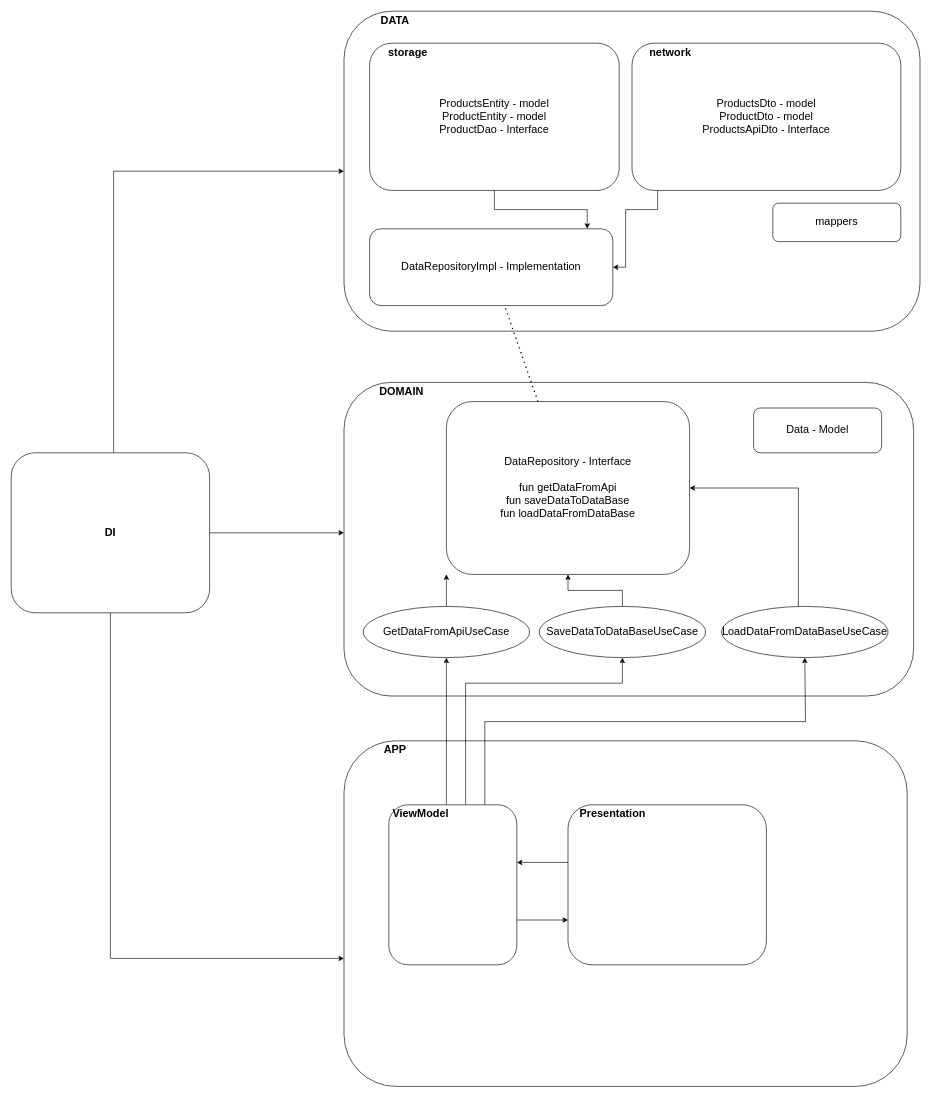
Above: architecture.drawio in borsalinho/MK1 (draw.io), before the change. Source tidied: cells renumbered, new cells numbered last; positions are measured from the earlier drawing's top-left corner, leaving out a move shared by most shapes. Both pictures are drawn from the tidied source at 64%, with x=0, y=0 at pixel (11, 11).
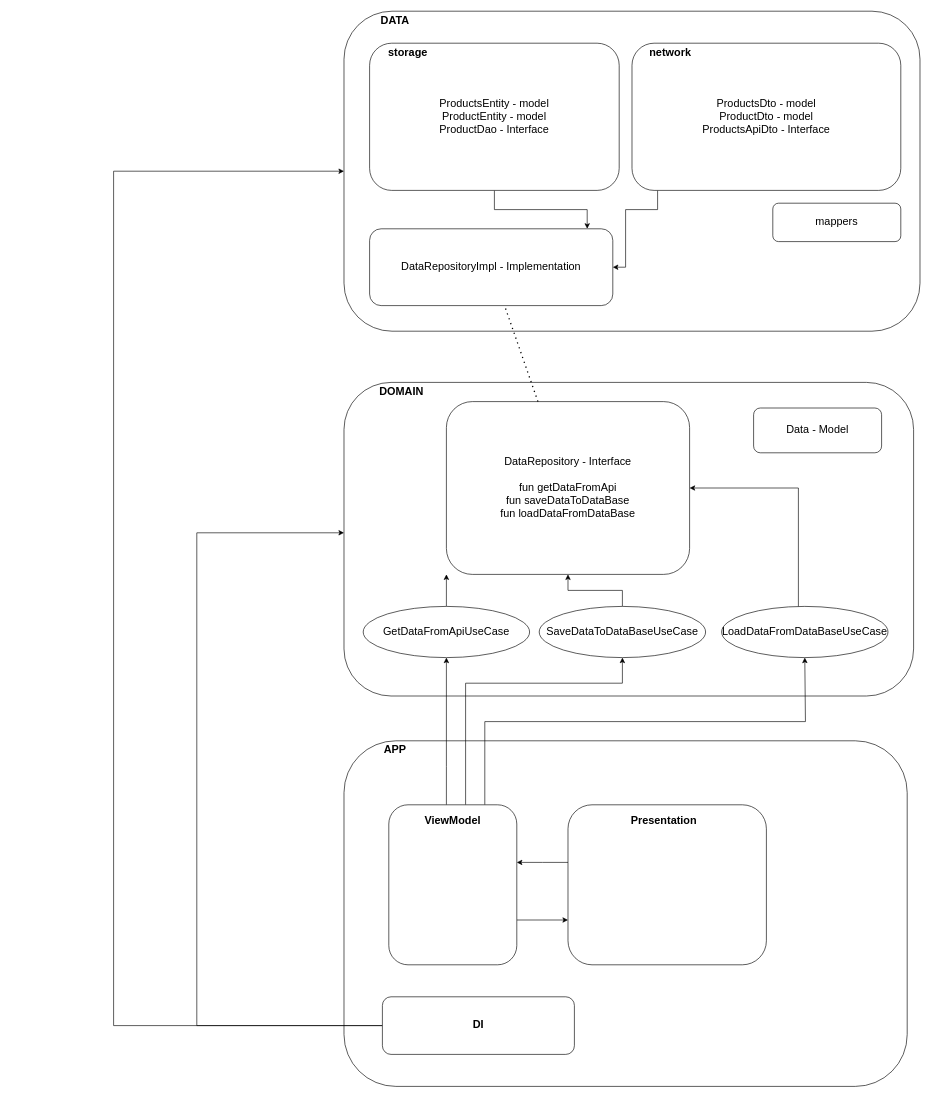
The same diagram, later.

Change to the diagram source:
```diff
@@
     <mxCell id="13" value="&lt;font style=&quot;font-size: 17px;&quot;&gt;&lt;b style=&quot;font-size: 17px;&quot;&gt;ViewModel&lt;/b&gt;&lt;/font&gt;" style="text;html=1;align=center;verticalAlign=middle;whiteSpace=wrap;rounded=0;fontSize=17;" parent="1" vertex="1">
-      <mxGeometry x="610" y="1240" width="60" height="30" as="geometry" />
+      <mxGeometry x="660" y="1250" width="60" height="30" as="geometry" />
     </mxCell>
@@
     <mxCell id="16" value="&lt;span style=&quot;font-size: 17px;&quot;&gt;&lt;b style=&quot;font-size: 17px;&quot;&gt;Presentation&lt;/b&gt;&lt;/span&gt;" style="text;html=1;align=center;verticalAlign=middle;whiteSpace=wrap;rounded=0;fontSize=17;" parent="1" vertex="1">
-      <mxGeometry x="910" y="1240" width="60" height="30" as="geometry" />
+      <mxGeometry x="990" y="1250" width="60" height="30" as="geometry" />
     </mxCell>
@@
-    <mxCell id="35" style="edgeStyle=orthogonalEdgeStyle;rounded=0;jettySize=auto;html=1;" parent="1" edge="1" source="37">
-      <mxGeometry relative="1" as="geometry">
-        <mxPoint x="520" y="1480" as="targetPoint" />
-        <Array as="points">
-          <mxPoint x="155" y="1480" />
-        </Array>
-      </mxGeometry>
-    </mxCell>
     <mxCell id="36" style="edgeStyle=orthogonalEdgeStyle;rounded=0;jettySize=auto;html=1;" parent="1" edge="1" source="37">
       <mxGeometry relative="1" as="geometry">
         <mxPoint x="520" y="815" as="targetPoint" />
+        <Array as="points">
+          <mxPoint x="290" y="1585" />
+          <mxPoint x="290" y="815" />
+        </Array>
       </mxGeometry>
     </mxCell>
     <mxCell id="37" value="&lt;b&gt;DI&lt;/b&gt;" style="rounded=1;whiteSpace=wrap;html=1;fontSize=17;" parent="1" vertex="1">
-      <mxGeometry y="690" width="310" height="250" as="geometry" />
+      <mxGeometry x="580" y="1540" width="300" height="90" as="geometry" />
     </mxCell>
```
